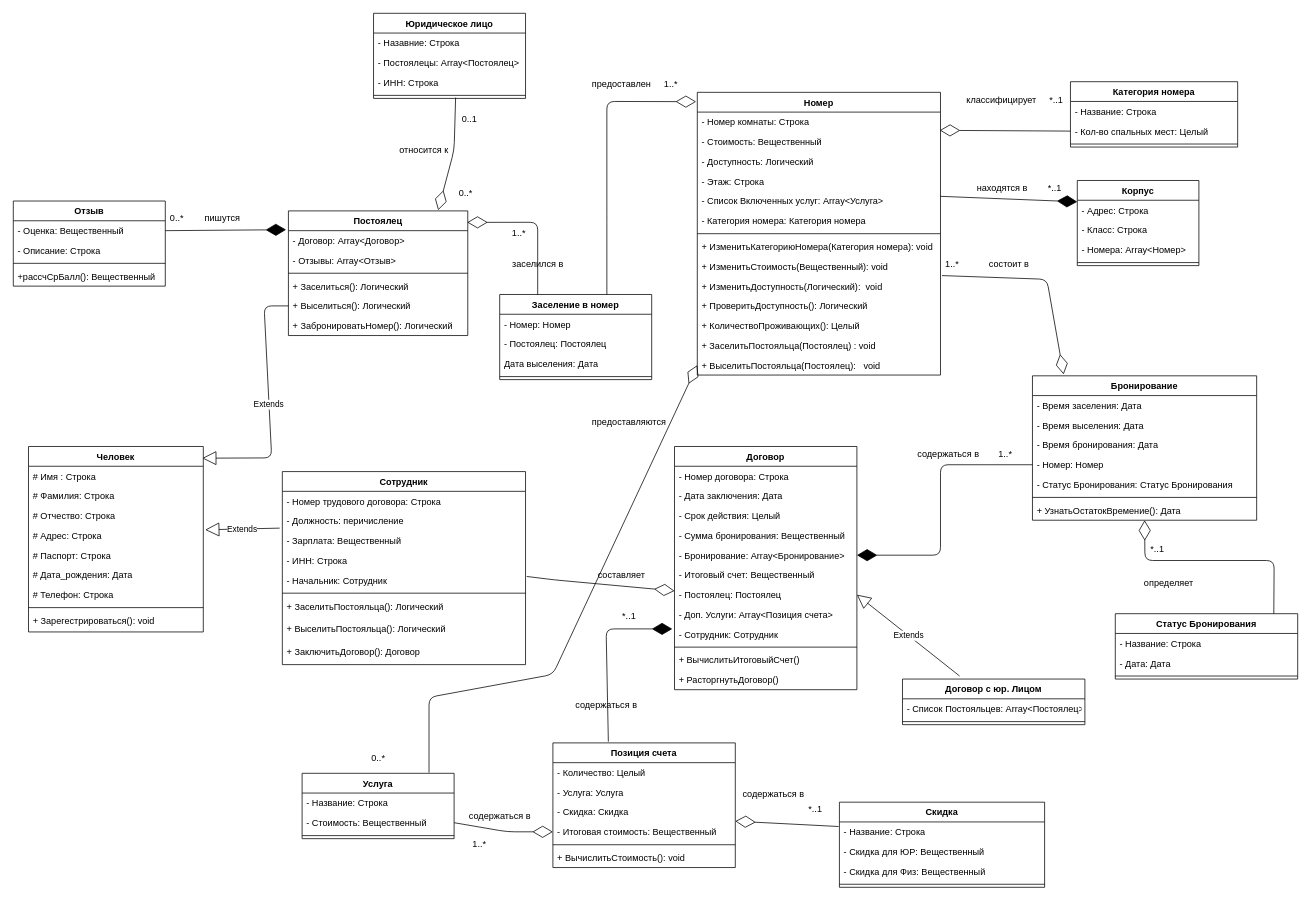
The draw.io diagram IS_IS/lab2/Class diagram.drawio in Suvorovm/DB--Labs, before the edit. Source tidied: cells renumbered, new cells numbered last; positions are measured from the earlier drawing's top-left corner, leaving out a move shared by most shapes. Both pictures are drawn from the tidied source at 76%, with x=0, y=0 at pixel (13, 13).
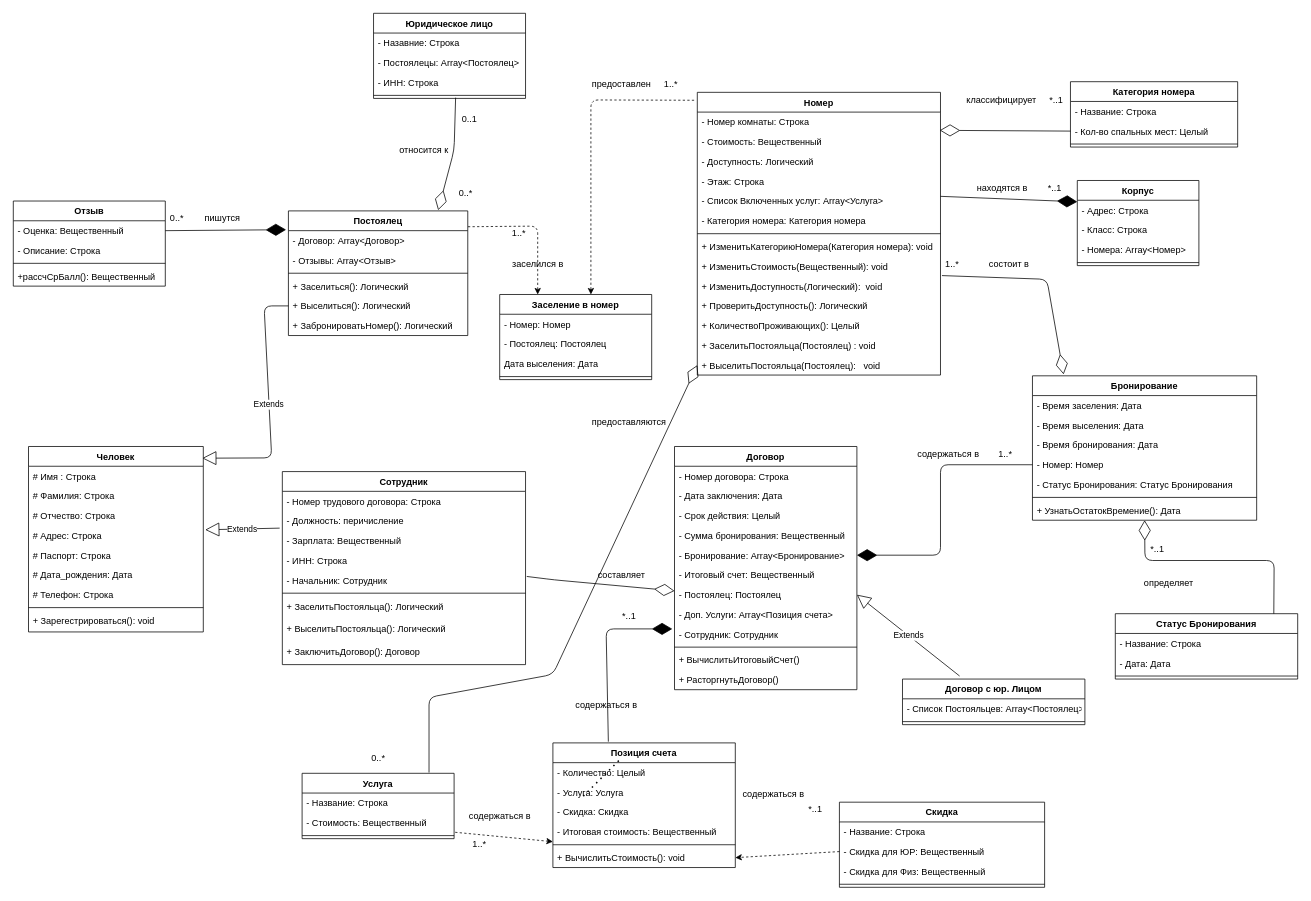
The same page after the edit.

The change refers to these unchanged cells:
```xml
<mxCell id="2" value="Номер" style="swimlane;fontStyle=1;align=center;verticalAlign=top;horizontal=1;startSize=26;" parent="1" vertex="1">
  <mxGeometry x="900" y="104" width="320" height="372" as="geometry" />
</mxCell>
<mxCell id="45" value="Постоялец" style="swimlane;fontStyle=1;align=center;verticalAlign=top;horizontal=1;startSize=26;" parent="1" vertex="1">
  <mxGeometry x="362" y="260" width="236" height="164" as="geometry" />
</mxCell>
<mxCell id="75" value="- Итоговая стоимость: Вещественный" style="text;strokeColor=none;fillColor=none;align=left;verticalAlign=top;spacingLeft=4;spacingRight=4;overflow=hidden;points=[[0,0.5],[1,0.5]];portConstraint=eastwest;" parent="71" vertex="1">
  <mxGeometry y="104" width="240" height="26" as="geometry" />
</mxCell>
<mxCell id="77" value="+ ВычислитьСтоимость(): void" style="text;strokeColor=none;fillColor=none;align=left;verticalAlign=top;spacingLeft=4;spacingRight=4;overflow=hidden;points=[[0,0.5],[1,0.5]];portConstraint=eastwest;" parent="71" vertex="1">
  <mxGeometry y="138" width="240" height="26" as="geometry" />
</mxCell>
<mxCell id="80" value="- Стоимость: Вещественный" style="text;strokeColor=none;fillColor=none;align=left;verticalAlign=top;spacingLeft=4;spacingRight=4;overflow=hidden;points=[[0,0.5],[1,0.5]];portConstraint=eastwest;" parent="78" vertex="1">
  <mxGeometry y="52" width="200" height="26" as="geometry" />
</mxCell>
<mxCell id="105" value="- Название: Строка" style="text;strokeColor=none;fillColor=none;align=left;verticalAlign=top;spacingLeft=4;spacingRight=4;overflow=hidden;points=[[0,0.5],[1,0.5]];portConstraint=eastwest;" parent="104" vertex="1">
  <mxGeometry y="26" width="270" height="26" as="geometry" />
</mxCell>
<mxCell id="106" value="- Скидка для ЮР: Вещественный" style="text;strokeColor=none;fillColor=none;align=left;verticalAlign=top;spacingLeft=4;spacingRight=4;overflow=hidden;points=[[0,0.5],[1,0.5]];portConstraint=eastwest;" parent="104" vertex="1">
  <mxGeometry y="52" width="270" height="26" as="geometry" />
</mxCell>
<mxCell id="109" value="Заселение в номер" style="swimlane;fontStyle=1;align=center;verticalAlign=top;horizontal=1;startSize=26;" parent="1" vertex="1">
  <mxGeometry x="640" y="370" width="200" height="112" as="geometry" />
</mxCell>
```

Diff of the diagram source:
```diff
@@
-    <mxCell id="144" style="endArrow=diamondThin;endFill=0;endSize=24;html=1;entryX=0.997;entryY=0.092;entryDx=0;entryDy=0;exitX=0.25;exitY=0;exitDx=0;exitDy=0;entryPerimeter=0;" parent="1" edge="1" source="109" target="45">
-      <mxGeometry relative="1" as="geometry">
-        <Array as="points">
-          <mxPoint x="690" y="275" />
-        </Array>
-      </mxGeometry>
-    </mxCell>
-    <mxCell id="145" style="endArrow=diamondThin;endFill=0;endSize=24;html=1;entryX=-0.005;entryY=0.033;entryDx=0;entryDy=0;exitX=0.705;exitY=0;exitDx=0;exitDy=0;exitPerimeter=0;entryPerimeter=0;" parent="1" edge="1" source="109" target="2">
-      <mxGeometry relative="1" as="geometry">
-        <Array as="points">
-          <mxPoint x="781" y="275.1" />
-          <mxPoint x="781" y="116" />
-        </Array>
-      </mxGeometry>
-    </mxCell>
@@
-    <mxCell id="150" style="endArrow=diamondThin;endFill=0;endSize=24;html=1;entryX=0;entryY=0.5;entryDx=0;entryDy=0;exitX=1;exitY=0.5;exitDx=0;exitDy=0;" parent="1" edge="1" source="80" target="75">
-      <mxGeometry relative="1" as="geometry">
-        <Array as="points">
-          <mxPoint x="650" y="1077" />
-        </Array>
-      </mxGeometry>
-    </mxCell>
-    <mxCell id="151" style="endArrow=diamondThin;endFill=0;endSize=24;html=1;entryX=1;entryY=-0.038;entryDx=0;entryDy=0;exitX=-0.004;exitY=0.231;exitDx=0;exitDy=0;entryPerimeter=0;exitPerimeter=0;" parent="1" edge="1" source="105" target="75">
-      <mxGeometry relative="1" as="geometry" />
-    </mxCell>
@@
+    <mxCell id="150" style="endArrow=classic;html=1;dashed=1;entryX=0;entryY=1;entryDx=0;entryDy=0;entryPerimeter=0;exitX=1.007;exitY=0.985;exitDx=0;exitDy=0;exitPerimeter=0;" parent="1" edge="1" source="80" target="75">
+      <mxGeometry relative="1" as="geometry" />
+    </mxCell>
+    <mxCell id="157" style="endArrow=none;dashed=1;html=1;dashPattern=1 3;strokeWidth=2;" parent="1" edge="1">
+      <mxGeometry relative="1" as="geometry">
+        <mxPoint x="750" y="1030" as="sourcePoint" />
+        <mxPoint x="800" y="980" as="targetPoint" />
+      </mxGeometry>
+    </mxCell>
+    <mxCell id="158" style="endArrow=classic;html=1;dashed=1;entryX=1;entryY=0.5;entryDx=0;entryDy=0;exitX=0;exitY=0.5;exitDx=0;exitDy=0;" parent="1" edge="1" source="106" target="77">
+      <mxGeometry relative="1" as="geometry" />
+    </mxCell>
+    <mxCell id="159" style="endArrow=classic;html=1;dashed=1;entryX=0.25;entryY=0;entryDx=0;entryDy=0;exitX=1.001;exitY=0.127;exitDx=0;exitDy=0;exitPerimeter=0;" parent="1" edge="1" source="45" target="109">
+      <mxGeometry relative="1" as="geometry">
+        <Array as="points">
+          <mxPoint x="690" y="280" />
+        </Array>
+      </mxGeometry>
+    </mxCell>
+    <mxCell id="160" style="endArrow=classic;html=1;dashed=1;entryX=0.6;entryY=0;entryDx=0;entryDy=0;entryPerimeter=0;exitX=-0.013;exitY=0.028;exitDx=0;exitDy=0;exitPerimeter=0;" parent="1" edge="1" source="2" target="109">
+      <mxGeometry relative="1" as="geometry">
+        <Array as="points">
+          <mxPoint x="760" y="114" />
+        </Array>
+      </mxGeometry>
+    </mxCell>
```
